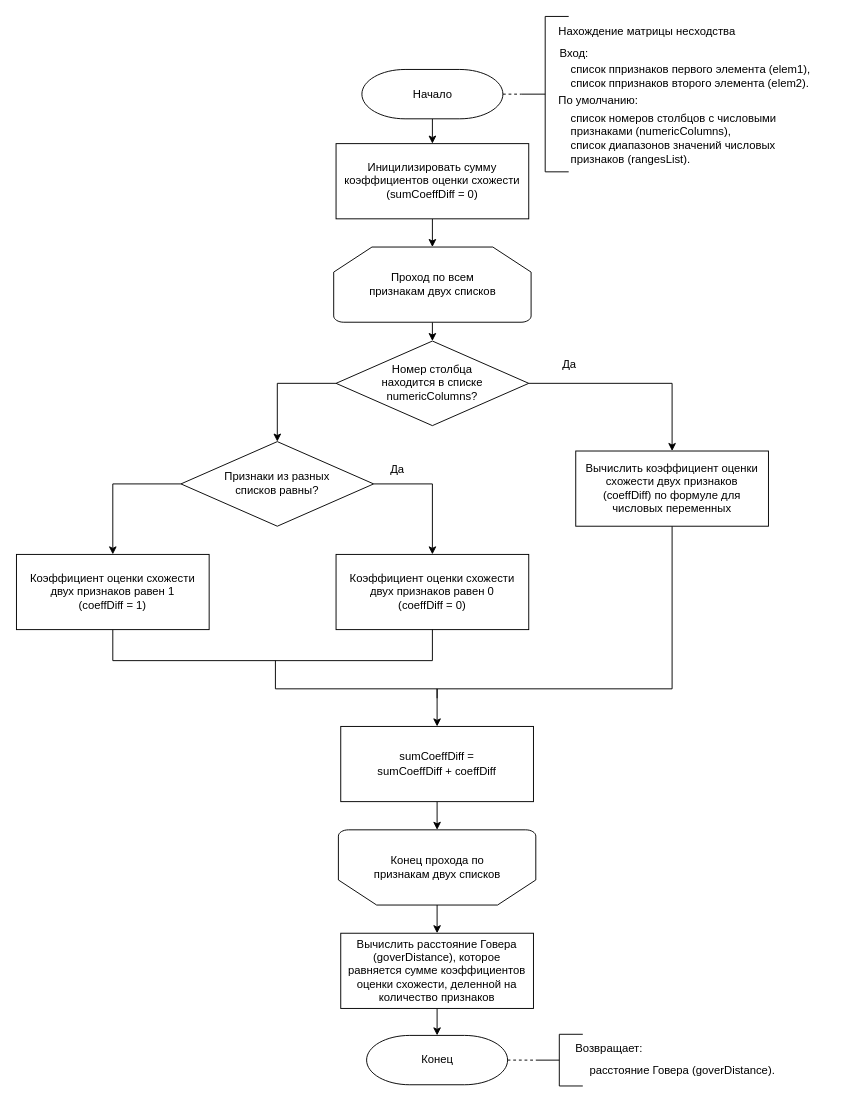
Earlier version of the draw.io diagram docs/schemes/goverDistance.drawio (kovkir/bmstu-diploma). Source tidied: cells renumbered, new cells numbered last; positions are measured from the earlier drawing's top-left corner, leaving out a move shared by most shapes. Both pictures are drawn from the tidied source at 94%, with x=0, y=0 at pixel (16, 16).
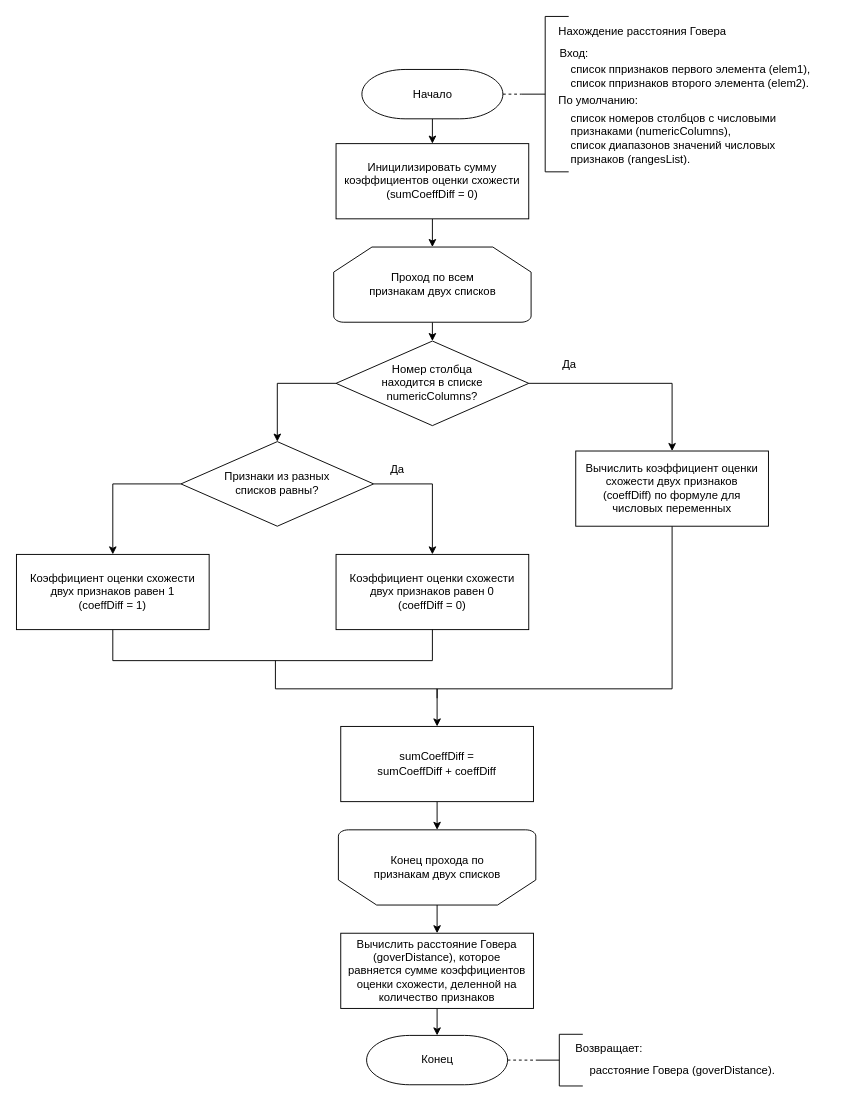
The same page after the edit.

Commit message (it also covers changes not shown here):
Добавлены схемы для презентации

Change to the diagram source:
```diff
@@
-    <mxCell id="6" value="&lt;span style=&quot;font-size: 12px;&quot;&gt;Нахождение матрицы несходства&lt;/span&gt;" style="text;html=1;align=left;verticalAlign=middle;strokeColor=none;fillColor=none;fontSize=13;strokeWidth=1;" parent="1" vertex="1">
-      <mxGeometry x="575" width="220" height="30" as="geometry" />
+    <mxCell id="6" value="&lt;span style=&quot;font-size: 12px;&quot;&gt;Нахождение расстояния Говера&lt;/span&gt;" style="text;html=1;align=left;verticalAlign=middle;strokeColor=none;fillColor=none;fontSize=13;strokeWidth=1;" parent="1" vertex="1">
+      <mxGeometry x="575" width="210" height="30" as="geometry" />
     </mxCell>
```
